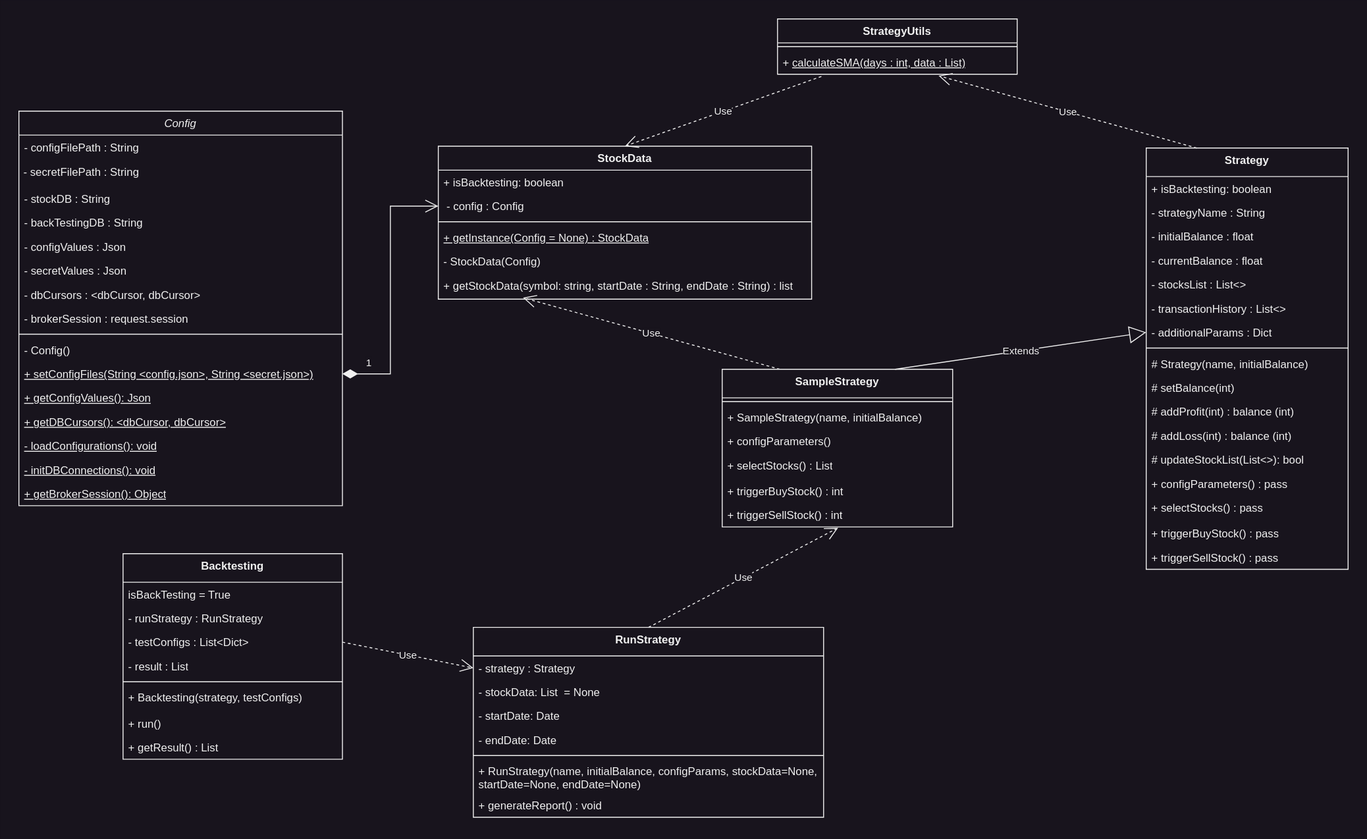
aks060/AlgoTradingBackTesting keeps this draw.io diagram as doc/UML/UML_Diagraim.svg. Above is the earlier version. Source tidied: cells renumbered, new cells last; positions are measured from the earlier drawing's top-left corner, leaving out a move shared by most shapes.
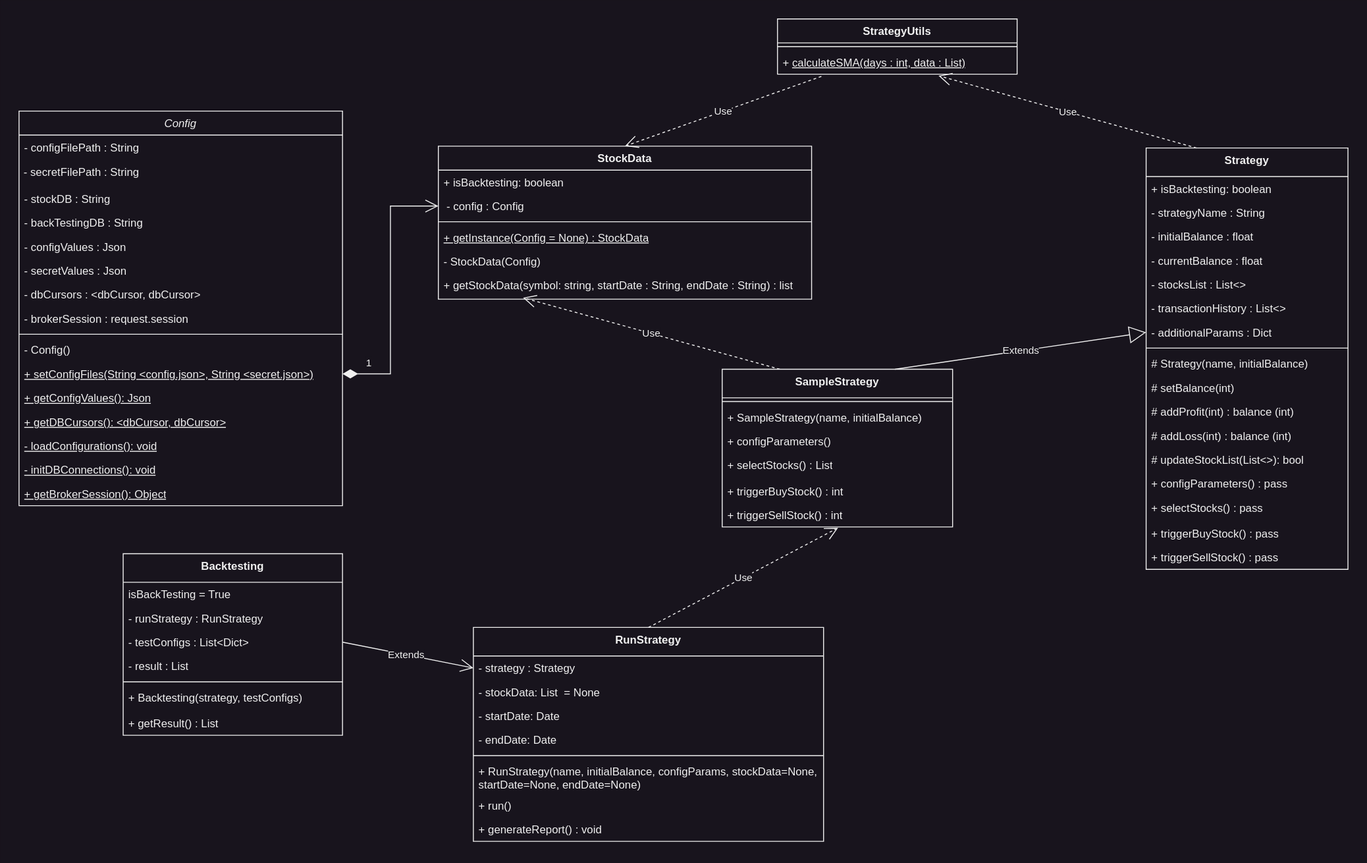
The same diagram one commit later.

Diff of the diagram source:
```diff
@@ -141,7 +141,7 @@
       <mxGeometry y="431" width="219" height="26" as="geometry" />
     </mxCell>
     <mxCell id="48" value="&lt;span style=&quot;background-color: initial;&quot;&gt;Backtesting&lt;/span&gt;" style="swimlane;fontStyle=1;align=center;verticalAlign=top;horizontal=1;startSize=31;whiteSpace=wrap;html=1;" parent="1" vertex="1">
-      <mxGeometry x="113" y="580" width="238" height="223" as="geometry" />
+      <mxGeometry x="113" y="580" width="238" height="197" as="geometry" />
     </mxCell>
     <mxCell id="49" value="isBackTesting = True" style="text;strokeColor=none;fillColor=none;align=left;verticalAlign=top;spacingLeft=4;spacingRight=4;overflow=hidden;whiteSpace=wrap;html=1;" parent="48" vertex="1">
       <mxGeometry y="31" width="238" height="26" as="geometry" />
@@ -161,11 +161,8 @@
     <mxCell id="54" value="+ Backtesting(strategy, testConfigs)" style="text;strokeColor=none;fillColor=none;align=left;verticalAlign=top;spacingLeft=4;spacingRight=4;overflow=hidden;whiteSpace=wrap;html=1;" parent="48" vertex="1">
       <mxGeometry y="143" width="238" height="28" as="geometry" />
     </mxCell>
-    <mxCell id="55" value="+ run()" style="text;strokeColor=none;fillColor=none;align=left;verticalAlign=top;spacingLeft=4;spacingRight=4;overflow=hidden;whiteSpace=wrap;html=1;" parent="48" vertex="1">
-      <mxGeometry y="171" width="238" height="26" as="geometry" />
-    </mxCell>
     <mxCell id="56" value="+ getResult() : List" style="text;strokeColor=none;fillColor=none;align=left;verticalAlign=top;spacingLeft=4;spacingRight=4;overflow=hidden;whiteSpace=wrap;html=1;" parent="48" vertex="1">
-      <mxGeometry y="197" width="238" height="26" as="geometry" />
+      <mxGeometry y="171" width="238" height="26" as="geometry" />
     </mxCell>
     <mxCell id="57" value="Use" style="endArrow=open;endSize=12;dashed=1;html=1;rounded=0;exitX=0.25;exitY=0;exitDx=0;exitDy=0;entryX=0.227;entryY=0.943;entryDx=0;entryDy=0;entryPerimeter=0;" parent="1" edge="1" source="60" target="26">
       <mxGeometry relative="1" as="geometry" />
@@ -200,11 +197,11 @@
     <mxCell id="67" value="Extends" style="endArrow=block;endSize=16;endFill=0;html=1;rounded=0;entryX=0;entryY=0.5;entryDx=0;entryDy=0;exitX=0.75;exitY=0;exitDx=0;exitDy=0;" parent="1" edge="1" source="60" target="37">
       <mxGeometry relative="1" as="geometry" />
     </mxCell>
-    <mxCell id="68" value="Use" style="endArrow=open;endSize=12;dashed=1;html=1;rounded=0;exitX=1;exitY=0.5;exitDx=0;exitDy=0;entryX=0;entryY=0.5;entryDx=0;entryDy=0;" parent="1" edge="1" source="51" target="70">
-      <mxGeometry relative="1" as="geometry" />
+    <mxCell id="68" value="Extends" style="endArrow=open;endSize=12;html=1;rounded=0;exitX=1;exitY=0.5;exitDx=0;exitDy=0;entryX=0;entryY=0.5;entryDx=0;entryDy=0;" parent="1" edge="1" source="51" target="70">
+      <mxGeometry x="-0.03" relative="1" as="geometry" />
     </mxCell>
     <mxCell id="69" value="&lt;span style=&quot;background-color: initial;&quot;&gt;RunStrategy&lt;/span&gt;" style="swimlane;fontStyle=1;align=center;verticalAlign=top;horizontal=1;startSize=31;whiteSpace=wrap;html=1;" parent="1" vertex="1">
-      <mxGeometry x="493" y="660" width="380" height="206" as="geometry" />
+      <mxGeometry x="493" y="660" width="380" height="232" as="geometry" />
     </mxCell>
     <mxCell id="70" value="- strategy : Strategy" style="text;strokeColor=none;fillColor=none;align=left;verticalAlign=top;spacingLeft=4;spacingRight=4;overflow=hidden;points=[[0,0.5],[1,0.5]];portConstraint=eastwest;whiteSpace=wrap;html=1;" parent="69" vertex="1">
       <mxGeometry y="31" width="380" height="26" as="geometry" />
@@ -224,8 +221,11 @@
     <mxCell id="75" value="+ RunStrategy(name, initialBalance, configParams, stockData=None, startDate=None, endDate=None)" style="text;strokeColor=none;fillColor=none;align=left;verticalAlign=top;spacingLeft=4;spacingRight=4;overflow=hidden;whiteSpace=wrap;html=1;" parent="69" vertex="1">
       <mxGeometry y="143" width="380" height="37" as="geometry" />
     </mxCell>
+    <mxCell id="55" value="+ run()" style="text;strokeColor=none;fillColor=none;align=left;verticalAlign=top;spacingLeft=4;spacingRight=4;overflow=hidden;whiteSpace=wrap;html=1;" parent="69" vertex="1">
+      <mxGeometry y="180" width="380" height="26" as="geometry" />
+    </mxCell>
     <mxCell id="76" value="+ generateReport() : void" style="text;strokeColor=none;fillColor=none;align=left;verticalAlign=top;spacingLeft=4;spacingRight=4;overflow=hidden;whiteSpace=wrap;html=1;" parent="69" vertex="1">
-      <mxGeometry y="180" width="380" height="26" as="geometry" />
+      <mxGeometry y="206" width="380" height="26" as="geometry" />
     </mxCell>
     <mxCell id="77" value="Use" style="endArrow=open;endSize=12;dashed=1;html=1;rounded=0;entryX=0.503;entryY=1.038;entryDx=0;entryDy=0;entryPerimeter=0;exitX=0.5;exitY=0;exitDx=0;exitDy=0;" parent="1" edge="1" source="69" target="66">
       <mxGeometry relative="1" as="geometry" />
```
